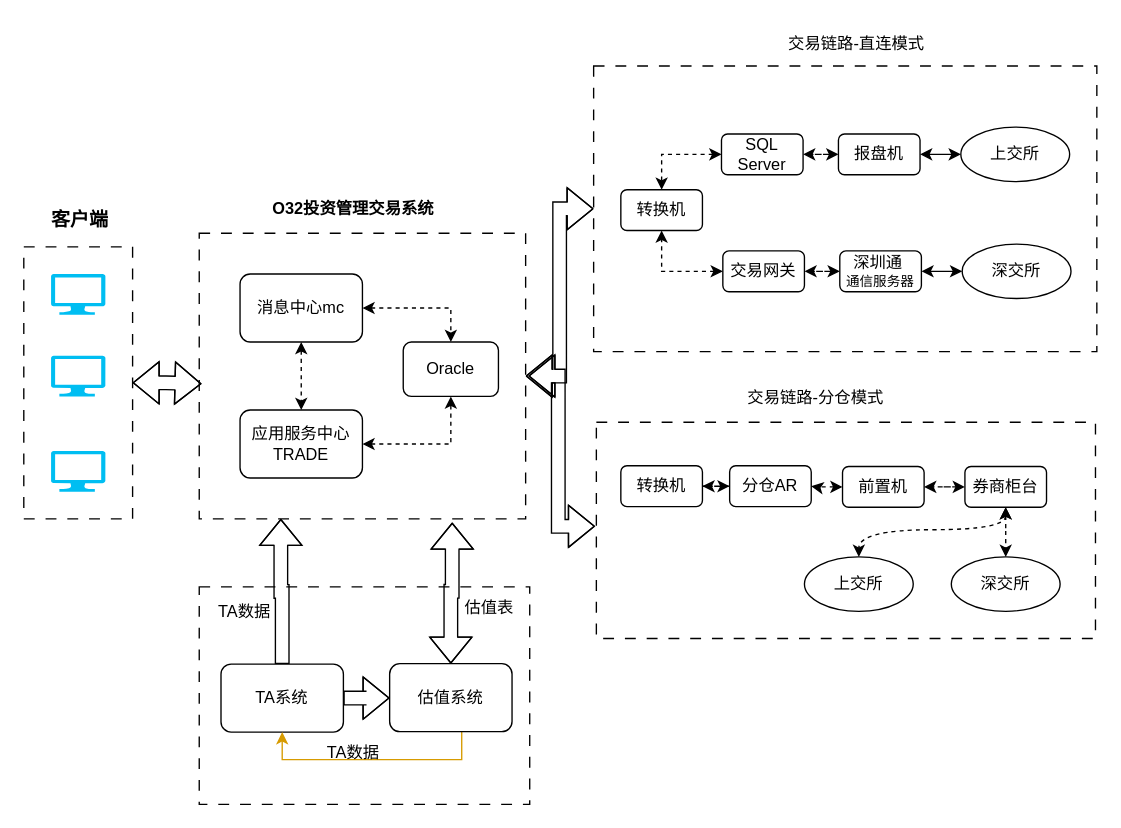
Above: draw架构图/O32系统架构图.drawio in cshiaa/tools (draw.io), before the change. Source tidied: cells renumbered, new cells numbered last; positions are measured from the earlier drawing's top-left corner, leaving out a move shared by most shapes. Both pictures are drawn from the tidied source at 136%, with x=0, y=0 at pixel (23, 23).
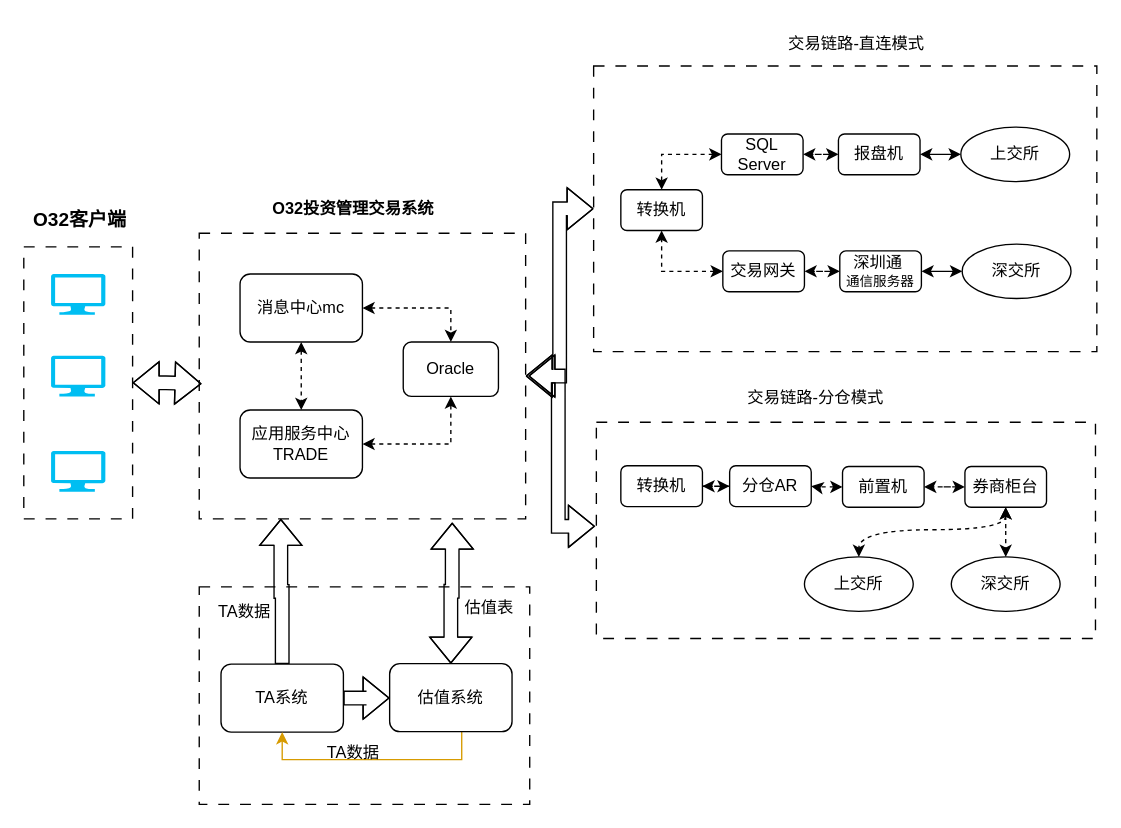
The same page after the edit.

Commit message:
更新O32系统架构图.drawio

What changed in the source:
```diff
@@
-    <mxCell id="14" value="&lt;p style=&quot;line-height: 100%;&quot;&gt;&lt;font style=&quot;font-size: 14px;&quot;&gt;客户端&lt;/font&gt;&lt;/p&gt;" style="text;strokeColor=none;fillColor=none;html=1;fontSize=24;fontStyle=1;verticalAlign=middle;align=center;" parent="1" vertex="1">
+    <mxCell id="14" value="&lt;p style=&quot;line-height: 100%;&quot;&gt;&lt;font style=&quot;font-size: 14px;&quot;&gt;O32客户端&lt;/font&gt;&lt;/p&gt;" style="text;strokeColor=none;fillColor=none;html=1;fontSize=24;fontStyle=1;verticalAlign=middle;align=center;" parent="1" vertex="1">
       <mxGeometry x="2" y="122" width="78" height="40" as="geometry" />
     </mxCell>
```
